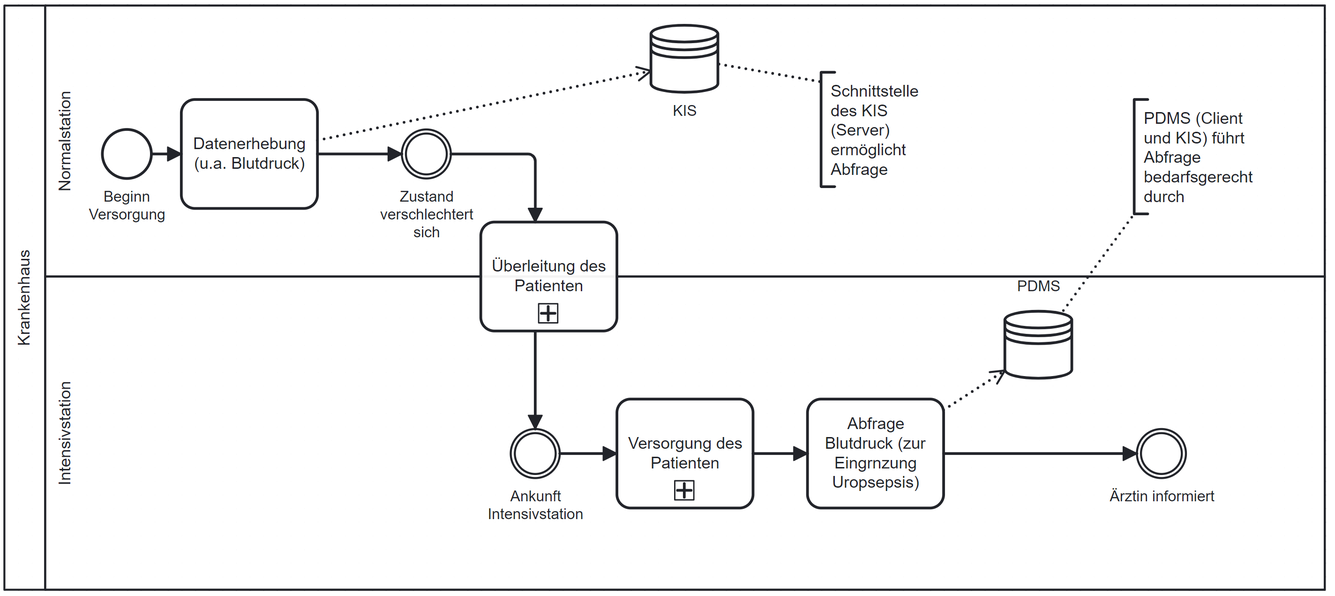
This is Material/images/Abfrage-aus-ICU.PNG from gematik/spec-ISiK-Vitalparameter-und-Koerpermasze, a BPMN export, as it was before one commit. Its source is kept beside it as Material/images/Abfrage-aus-ICU.bpmn. Ids are renumbered. The source it was exported from:
```xml
<definitions xmlns="http://www.omg.org/spec/BPMN/20100524/MODEL" xmlns:bpmndi="http://www.omg.org/spec/BPMN/20100524/DI" xmlns:omgdi="http://www.omg.org/spec/DD/20100524/DI" xmlns:omgdc="http://www.omg.org/spec/DD/20100524/DC" xmlns:xsi="http://www.w3.org/2001/XMLSchema-instance" id="sid-38422fae-e03e-43a3-bef4-bd33b32041b2" targetNamespace="http://bpmn.io/bpmn" exporter="bpmn-js (https://demo.bpmn.io)" exporterVersion="17.0.2">
  <collaboration id="Collaboration_n1">
    <participant id="Participant_n2" name="Krankenhaus" processRef="Process_1" />
    <textAnnotation id="TextAnnotation_n3">
      <text>PDMS (Client und KIS) führt Abfrage bedarfsgerecht durch</text>
    </textAnnotation>
    <textAnnotation id="TextAnnotation_n4">
      <text>Schnittstelle des KIS (Server) ermöglicht Abfrage</text>
    </textAnnotation>
    <association id="Association_n5" associationDirection="None" sourceRef="DataStoreReference_n6" targetRef="TextAnnotation_n3" />
    <association id="Association_n7" associationDirection="None" sourceRef="DataStoreReference_n8" targetRef="TextAnnotation_n4" />
  </collaboration>
  <process id="Process_1" isExecutable="false">
    <laneSet id="LaneSet_n9">
      <lane id="Lane_n10" name="Intensivstation">
        <flowNodeRef>Activity_n11</flowNodeRef>
        <flowNodeRef>Event_n12</flowNodeRef>
        <flowNodeRef>Event_n13</flowNodeRef>
        <flowNodeRef>Activity_n14</flowNodeRef>
      </lane>
      <lane id="Lane_n15" name="Normalstation">
        <flowNodeRef>Event_n16</flowNodeRef>
        <flowNodeRef>Activity_n17</flowNodeRef>
        <flowNodeRef>Event_n18</flowNodeRef>
      </lane>
    </laneSet>
    <task id="Activity_n11" name="Abfrage Blutdruck (zur Eingrnzung Uropsepsis)">
      <incoming>Flow_n19</incoming>
      <outgoing>Flow_n20</outgoing>
      <dataOutputAssociation id="DataOutputAssociation_n21">
        <targetRef>DataStoreReference_n6</targetRef>
      </dataOutputAssociation>
    </task>
    <intermediateThrowEvent id="Event_n12" name="Ärztin informiert">
      <incoming>Flow_n20</incoming>
    </intermediateThrowEvent>
    <dataStoreReference id="DataStoreReference_n6" name="PDMS" />
    <startEvent id="Event_n16" name="Beginn Versorgung">
      <outgoing>Flow_n22</outgoing>
    </startEvent>
    <task id="Activity_n17" name="Datenerhebung (u.a. Blutdruck)">
      <incoming>Flow_n22</incoming>
      <outgoing>Flow_n23</outgoing>
      <dataOutputAssociation id="DataOutputAssociation_n24">
        <targetRef>DataStoreReference_n8</targetRef>
      </dataOutputAssociation>
    </task>
    <intermediateThrowEvent id="Event_n18" name="Zustand verschlechtert sich">
      <incoming>Flow_n23</incoming>
      <outgoing>Flow_n25</outgoing>
    </intermediateThrowEvent>
    <intermediateThrowEvent id="Event_n13" name="Ankunft Intensivstation">
      <incoming>Flow_n26</incoming>
      <outgoing>Flow_n27</outgoing>
    </intermediateThrowEvent>
    <dataStoreReference id="DataStoreReference_n8" name="KIS" />
    <subProcess id="Activity_n14" name="Versorgung des Patienten">
      <incoming>Flow_n27</incoming>
      <outgoing>Flow_n19</outgoing>
    </subProcess>
    <subProcess id="Activity_n28" name="Überleitung des Patienten">
      <incoming>Flow_n25</incoming>
      <outgoing>Flow_n26</outgoing>
    </subProcess>
    <sequenceFlow id="Flow_n19" sourceRef="Activity_n14" targetRef="Activity_n11" />
    <sequenceFlow id="Flow_n20" sourceRef="Activity_n11" targetRef="Event_n12" />
    <sequenceFlow id="Flow_n22" sourceRef="Event_n16" targetRef="Activity_n17" />
    <sequenceFlow id="Flow_n23" sourceRef="Activity_n17" targetRef="Event_n18" />
    <sequenceFlow id="Flow_n25" sourceRef="Event_n18" targetRef="Activity_n28" />
    <sequenceFlow id="Flow_n26" sourceRef="Activity_n28" targetRef="Event_n13" />
    <sequenceFlow id="Flow_n27" sourceRef="Event_n13" targetRef="Activity_n14" />
  </process>
  <bpmndi:BPMNDiagram id="BpmnDiagram_1">
    <bpmndi:BPMNPlane id="BpmnPlane_1" bpmnElement="Collaboration_n1">
      <bpmndi:BPMNShape id="Participant_n2_di" bpmnElement="Participant_n2" isHorizontal="true">
        <omgdc:Bounds x="160" y="81" width="970" height="429" />
        <bpmndi:BPMNLabel />
      </bpmndi:BPMNShape>
      <bpmndi:BPMNShape id="Lane_n10_di" bpmnElement="Lane_n10" isHorizontal="true">
        <omgdc:Bounds x="190" y="280" width="940" height="230" />
        <bpmndi:BPMNLabel />
      </bpmndi:BPMNShape>
      <bpmndi:BPMNShape id="Lane_n15_di" bpmnElement="Lane_n15" isHorizontal="true">
        <omgdc:Bounds x="190" y="81" width="940" height="199" />
        <bpmndi:BPMNLabel />
      </bpmndi:BPMNShape>
      <bpmndi:BPMNShape id="Activity_n11_di" bpmnElement="Activity_n11">
        <omgdc:Bounds x="750" y="370" width="100" height="80" />
        <bpmndi:BPMNLabel />
      </bpmndi:BPMNShape>
      <bpmndi:BPMNShape id="Event_n12_di" bpmnElement="Event_n12">
        <omgdc:Bounds x="992" y="392" width="36" height="36" />
        <bpmndi:BPMNLabel>
          <omgdc:Bounds x="972" y="435" width="77" height="14" />
        </bpmndi:BPMNLabel>
      </bpmndi:BPMNShape>
      <bpmndi:BPMNShape id="BPMNShape_n29" bpmnElement="DataStoreReference_n6">
        <omgdc:Bounds x="895" y="305" width="50" height="50" />
        <bpmndi:BPMNLabel>
          <omgdc:Bounds x="904" y="281" width="32" height="14" />
        </bpmndi:BPMNLabel>
      </bpmndi:BPMNShape>
      <bpmndi:BPMNShape id="Event_n16_di" bpmnElement="Event_n16">
        <omgdc:Bounds x="232" y="172" width="36" height="36" />
        <bpmndi:BPMNLabel>
          <omgdc:Bounds x="222" y="215" width="56" height="27" />
        </bpmndi:BPMNLabel>
      </bpmndi:BPMNShape>
      <bpmndi:BPMNShape id="Activity_n17_di" bpmnElement="Activity_n17">
        <omgdc:Bounds x="290" y="150" width="100" height="80" />
        <bpmndi:BPMNLabel />
      </bpmndi:BPMNShape>
      <bpmndi:BPMNShape id="Event_n18_di" bpmnElement="Event_n18">
        <omgdc:Bounds x="452" y="172" width="36" height="36" />
        <bpmndi:BPMNLabel>
          <omgdc:Bounds x="436" y="215" width="69" height="40" />
        </bpmndi:BPMNLabel>
      </bpmndi:BPMNShape>
      <bpmndi:BPMNShape id="Event_n13_di" bpmnElement="Event_n13">
        <omgdc:Bounds x="532" y="392" width="36" height="36" />
        <bpmndi:BPMNLabel>
          <omgdc:Bounds x="515" y="435" width="71" height="27" />
        </bpmndi:BPMNLabel>
      </bpmndi:BPMNShape>
      <bpmndi:BPMNShape id="DataStoreReference_n8_di" bpmnElement="DataStoreReference_n8">
        <omgdc:Bounds x="635" y="95" width="50" height="50" />
        <bpmndi:BPMNLabel>
          <omgdc:Bounds x="651" y="152" width="18" height="14" />
        </bpmndi:BPMNLabel>
      </bpmndi:BPMNShape>
      <bpmndi:BPMNShape id="Activity_n14_di" bpmnElement="Activity_n14">
        <omgdc:Bounds x="610" y="370" width="100" height="80" />
        <bpmndi:BPMNLabel />
      </bpmndi:BPMNShape>
      <bpmndi:BPMNShape id="Activity_n28_di" bpmnElement="Activity_n28">
        <omgdc:Bounds x="510" y="240" width="100" height="80" />
        <bpmndi:BPMNLabel />
      </bpmndi:BPMNShape>
      <bpmndi:BPMNEdge id="Flow_n26_di" bpmnElement="Flow_n26">
        <omgdi:waypoint x="550" y="320" />
        <omgdi:waypoint x="550" y="392" />
      </bpmndi:BPMNEdge>
      <bpmndi:BPMNEdge id="Flow_n27_di" bpmnElement="Flow_n27">
        <omgdi:waypoint x="568" y="410" />
        <omgdi:waypoint x="610" y="410" />
      </bpmndi:BPMNEdge>
      <bpmndi:BPMNEdge id="Flow_n19_di" bpmnElement="Flow_n19">
        <omgdi:waypoint x="710" y="410" />
        <omgdi:waypoint x="750" y="410" />
      </bpmndi:BPMNEdge>
      <bpmndi:BPMNEdge id="Flow_n20_di" bpmnElement="Flow_n20">
        <omgdi:waypoint x="850" y="410" />
        <omgdi:waypoint x="992" y="410" />
      </bpmndi:BPMNEdge>
      <bpmndi:BPMNEdge id="Flow_n25_di" bpmnElement="Flow_n25">
        <omgdi:waypoint x="488" y="190" />
        <omgdi:waypoint x="550" y="190" />
        <omgdi:waypoint x="550" y="240" />
      </bpmndi:BPMNEdge>
      <bpmndi:BPMNEdge id="Flow_n22_di" bpmnElement="Flow_n22">
        <omgdi:waypoint x="268" y="190" />
        <omgdi:waypoint x="290" y="190" />
      </bpmndi:BPMNEdge>
      <bpmndi:BPMNEdge id="Flow_n23_di" bpmnElement="Flow_n23">
        <omgdi:waypoint x="390" y="190" />
        <omgdi:waypoint x="452" y="190" />
      </bpmndi:BPMNEdge>
      <bpmndi:BPMNEdge id="Association_n5_di" bpmnElement="Association_n5">
        <omgdi:waypoint x="938" y="305" />
        <omgdi:waypoint x="990" y="234" />
      </bpmndi:BPMNEdge>
      <bpmndi:BPMNEdge id="Association_n7_di" bpmnElement="Association_n7">
        <omgdi:waypoint x="685" y="124" />
        <omgdi:waypoint x="760" y="137" />
      </bpmndi:BPMNEdge>
      <bpmndi:BPMNEdge id="DataOutputAssociation_n21_di" bpmnElement="DataOutputAssociation_n21">
        <omgdi:waypoint x="850" y="378" />
        <omgdi:waypoint x="895" y="349" />
      </bpmndi:BPMNEdge>
      <bpmndi:BPMNShape id="TextAnnotation_n3_di" bpmnElement="TextAnnotation_n3">
        <omgdc:Bounds x="990" y="150" width="100" height="84" />
        <bpmndi:BPMNLabel />
      </bpmndi:BPMNShape>
      <bpmndi:BPMNEdge id="DataOutputAssociation_n24_di" bpmnElement="DataOutputAssociation_n24">
        <omgdi:waypoint x="390" y="180" />
        <omgdi:waypoint x="635" y="129" />
      </bpmndi:BPMNEdge>
      <bpmndi:BPMNShape id="TextAnnotation_n4_di" bpmnElement="TextAnnotation_n4">
        <omgdc:Bounds x="760" y="130" width="100" height="84" />
        <bpmndi:BPMNLabel />
      </bpmndi:BPMNShape>
    </bpmndi:BPMNPlane>
  </bpmndi:BPMNDiagram>
  <bpmndi:BPMNDiagram id="BPMNDiagram_n30">
    <bpmndi:BPMNPlane id="BPMNPlane_n31" bpmnElement="Activity_n28" />
  </bpmndi:BPMNDiagram>
  <bpmndi:BPMNDiagram id="BPMNDiagram_n32">
    <bpmndi:BPMNPlane id="BPMNPlane_n33" bpmnElement="Activity_n14" />
  </bpmndi:BPMNDiagram>
</definitions>
```
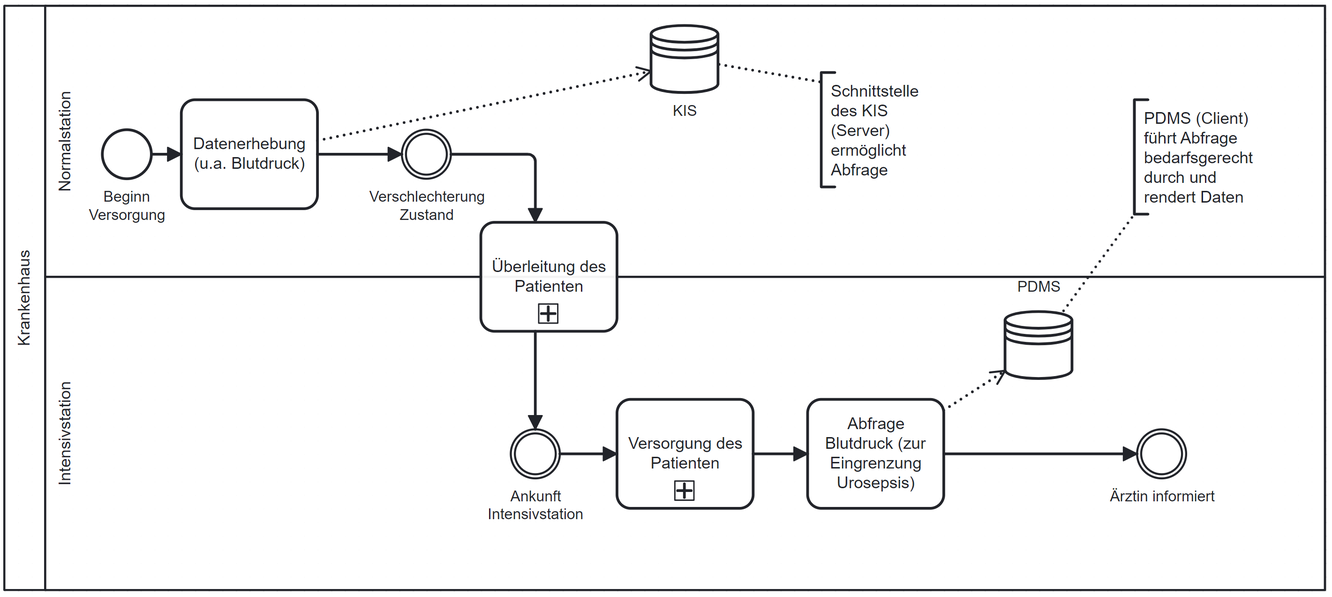
Above is the later version.

Commit message:
update description and diagrams

What changed in the source:
```diff
@@ -2,7 +2,7 @@
   <collaboration id="Collaboration_n1">
     <participant id="Participant_n2" name="Krankenhaus" processRef="Process_1" />
     <textAnnotation id="TextAnnotation_n3">
-      <text>PDMS (Client und KIS) führt Abfrage bedarfsgerecht durch</text>
+      <text>PDMS (Client) führt Abfrage bedarfsgerecht durch und rendert Daten</text>
     </textAnnotation>
     <textAnnotation id="TextAnnotation_n4">
       <text>Schnittstelle des KIS (Server) ermöglicht Abfrage</text>
@@ -24,7 +24,7 @@
         <flowNodeRef>Event_n18</flowNodeRef>
       </lane>
     </laneSet>
-    <task id="Activity_n11" name="Abfrage Blutdruck (zur Eingrnzung Uropsepsis)">
+    <task id="Activity_n11" name="Abfrage Blutdruck (zur Eingrenzung Urosepsis)">
       <incoming>Flow_n19</incoming>
       <outgoing>Flow_n20</outgoing>
       <dataOutputAssociation id="DataOutputAssociation_n21">
@@ -45,7 +45,7 @@
         <targetRef>DataStoreReference_n8</targetRef>
       </dataOutputAssociation>
     </task>
-    <intermediateThrowEvent id="Event_n18" name="Zustand verschlechtert sich">
+    <intermediateThrowEvent id="Event_n18" name="Verschlechterung Zustand">
       <incoming>Flow_n23</incoming>
       <outgoing>Flow_n25</outgoing>
     </intermediateThrowEvent>
@@ -76,12 +76,12 @@
         <omgdc:Bounds x="160" y="81" width="970" height="429" />
         <bpmndi:BPMNLabel />
       </bpmndi:BPMNShape>
+      <bpmndi:BPMNShape id="Lane_n15_di" bpmnElement="Lane_n15" isHorizontal="true">
+        <omgdc:Bounds x="190" y="81" width="940" height="199" />
+        <bpmndi:BPMNLabel />
+      </bpmndi:BPMNShape>
       <bpmndi:BPMNShape id="Lane_n10_di" bpmnElement="Lane_n10" isHorizontal="true">
         <omgdc:Bounds x="190" y="280" width="940" height="230" />
-        <bpmndi:BPMNLabel />
-      </bpmndi:BPMNShape>
-      <bpmndi:BPMNShape id="Lane_n15_di" bpmnElement="Lane_n15" isHorizontal="true">
-        <omgdc:Bounds x="190" y="81" width="940" height="199" />
         <bpmndi:BPMNLabel />
       </bpmndi:BPMNShape>
       <bpmndi:BPMNShape id="Activity_n11_di" bpmnElement="Activity_n11">
@@ -113,7 +113,7 @@
       <bpmndi:BPMNShape id="Event_n18_di" bpmnElement="Event_n18">
         <omgdc:Bounds x="452" y="172" width="36" height="36" />
         <bpmndi:BPMNLabel>
-          <omgdc:Bounds x="436" y="215" width="69" height="40" />
+          <omgdc:Bounds x="428" y="215" width="85" height="27" />
         </bpmndi:BPMNLabel>
       </bpmndi:BPMNShape>
       <bpmndi:BPMNShape id="Event_n13_di" bpmnElement="Event_n13">
@@ -136,14 +136,6 @@
         <omgdc:Bounds x="510" y="240" width="100" height="80" />
         <bpmndi:BPMNLabel />
       </bpmndi:BPMNShape>
-      <bpmndi:BPMNEdge id="Flow_n26_di" bpmnElement="Flow_n26">
-        <omgdi:waypoint x="550" y="320" />
-        <omgdi:waypoint x="550" y="392" />
-      </bpmndi:BPMNEdge>
-      <bpmndi:BPMNEdge id="Flow_n27_di" bpmnElement="Flow_n27">
-        <omgdi:waypoint x="568" y="410" />
-        <omgdi:waypoint x="610" y="410" />
-      </bpmndi:BPMNEdge>
       <bpmndi:BPMNEdge id="Flow_n19_di" bpmnElement="Flow_n19">
         <omgdi:waypoint x="710" y="410" />
         <omgdi:waypoint x="750" y="410" />
@@ -151,11 +143,6 @@
       <bpmndi:BPMNEdge id="Flow_n20_di" bpmnElement="Flow_n20">
         <omgdi:waypoint x="850" y="410" />
         <omgdi:waypoint x="992" y="410" />
-      </bpmndi:BPMNEdge>
-      <bpmndi:BPMNEdge id="Flow_n25_di" bpmnElement="Flow_n25">
-        <omgdi:waypoint x="488" y="190" />
-        <omgdi:waypoint x="550" y="190" />
-        <omgdi:waypoint x="550" y="240" />
       </bpmndi:BPMNEdge>
       <bpmndi:BPMNEdge id="Flow_n22_di" bpmnElement="Flow_n22">
         <omgdi:waypoint x="268" y="190" />
@@ -165,6 +152,35 @@
         <omgdi:waypoint x="390" y="190" />
         <omgdi:waypoint x="452" y="190" />
       </bpmndi:BPMNEdge>
+      <bpmndi:BPMNEdge id="Flow_n25_di" bpmnElement="Flow_n25">
+        <omgdi:waypoint x="488" y="190" />
+        <omgdi:waypoint x="550" y="190" />
+        <omgdi:waypoint x="550" y="240" />
+      </bpmndi:BPMNEdge>
+      <bpmndi:BPMNEdge id="Flow_n26_di" bpmnElement="Flow_n26">
+        <omgdi:waypoint x="550" y="320" />
+        <omgdi:waypoint x="550" y="392" />
+      </bpmndi:BPMNEdge>
+      <bpmndi:BPMNEdge id="Flow_n27_di" bpmnElement="Flow_n27">
+        <omgdi:waypoint x="568" y="410" />
+        <omgdi:waypoint x="610" y="410" />
+      </bpmndi:BPMNEdge>
+      <bpmndi:BPMNShape id="TextAnnotation_n3_di" bpmnElement="TextAnnotation_n3">
+        <omgdc:Bounds x="990" y="150" width="100" height="84" />
+        <bpmndi:BPMNLabel />
+      </bpmndi:BPMNShape>
+      <bpmndi:BPMNShape id="TextAnnotation_n4_di" bpmnElement="TextAnnotation_n4">
+        <omgdc:Bounds x="760" y="130" width="100" height="84" />
+        <bpmndi:BPMNLabel />
+      </bpmndi:BPMNShape>
+      <bpmndi:BPMNEdge id="DataOutputAssociation_n21_di" bpmnElement="DataOutputAssociation_n21">
+        <omgdi:waypoint x="850" y="378" />
+        <omgdi:waypoint x="895" y="349" />
+      </bpmndi:BPMNEdge>
+      <bpmndi:BPMNEdge id="DataOutputAssociation_n24_di" bpmnElement="DataOutputAssociation_n24">
+        <omgdi:waypoint x="390" y="180" />
+        <omgdi:waypoint x="635" y="129" />
+      </bpmndi:BPMNEdge>
       <bpmndi:BPMNEdge id="Association_n5_di" bpmnElement="Association_n5">
         <omgdi:waypoint x="938" y="305" />
         <omgdi:waypoint x="990" y="234" />
@@ -173,22 +189,6 @@
         <omgdi:waypoint x="685" y="124" />
         <omgdi:waypoint x="760" y="137" />
       </bpmndi:BPMNEdge>
-      <bpmndi:BPMNEdge id="DataOutputAssociation_n21_di" bpmnElement="DataOutputAssociation_n21">
-        <omgdi:waypoint x="850" y="378" />
-        <omgdi:waypoint x="895" y="349" />
-      </bpmndi:BPMNEdge>
-      <bpmndi:BPMNShape id="TextAnnotation_n3_di" bpmnElement="TextAnnotation_n3">
-        <omgdc:Bounds x="990" y="150" width="100" height="84" />
-        <bpmndi:BPMNLabel />
-      </bpmndi:BPMNShape>
-      <bpmndi:BPMNEdge id="DataOutputAssociation_n24_di" bpmnElement="DataOutputAssociation_n24">
-        <omgdi:waypoint x="390" y="180" />
-        <omgdi:waypoint x="635" y="129" />
-      </bpmndi:BPMNEdge>
-      <bpmndi:BPMNShape id="TextAnnotation_n4_di" bpmnElement="TextAnnotation_n4">
-        <omgdc:Bounds x="760" y="130" width="100" height="84" />
-        <bpmndi:BPMNLabel />
-      </bpmndi:BPMNShape>
     </bpmndi:BPMNPlane>
   </bpmndi:BPMNDiagram>
   <bpmndi:BPMNDiagram id="BPMNDiagram_n30">
```
